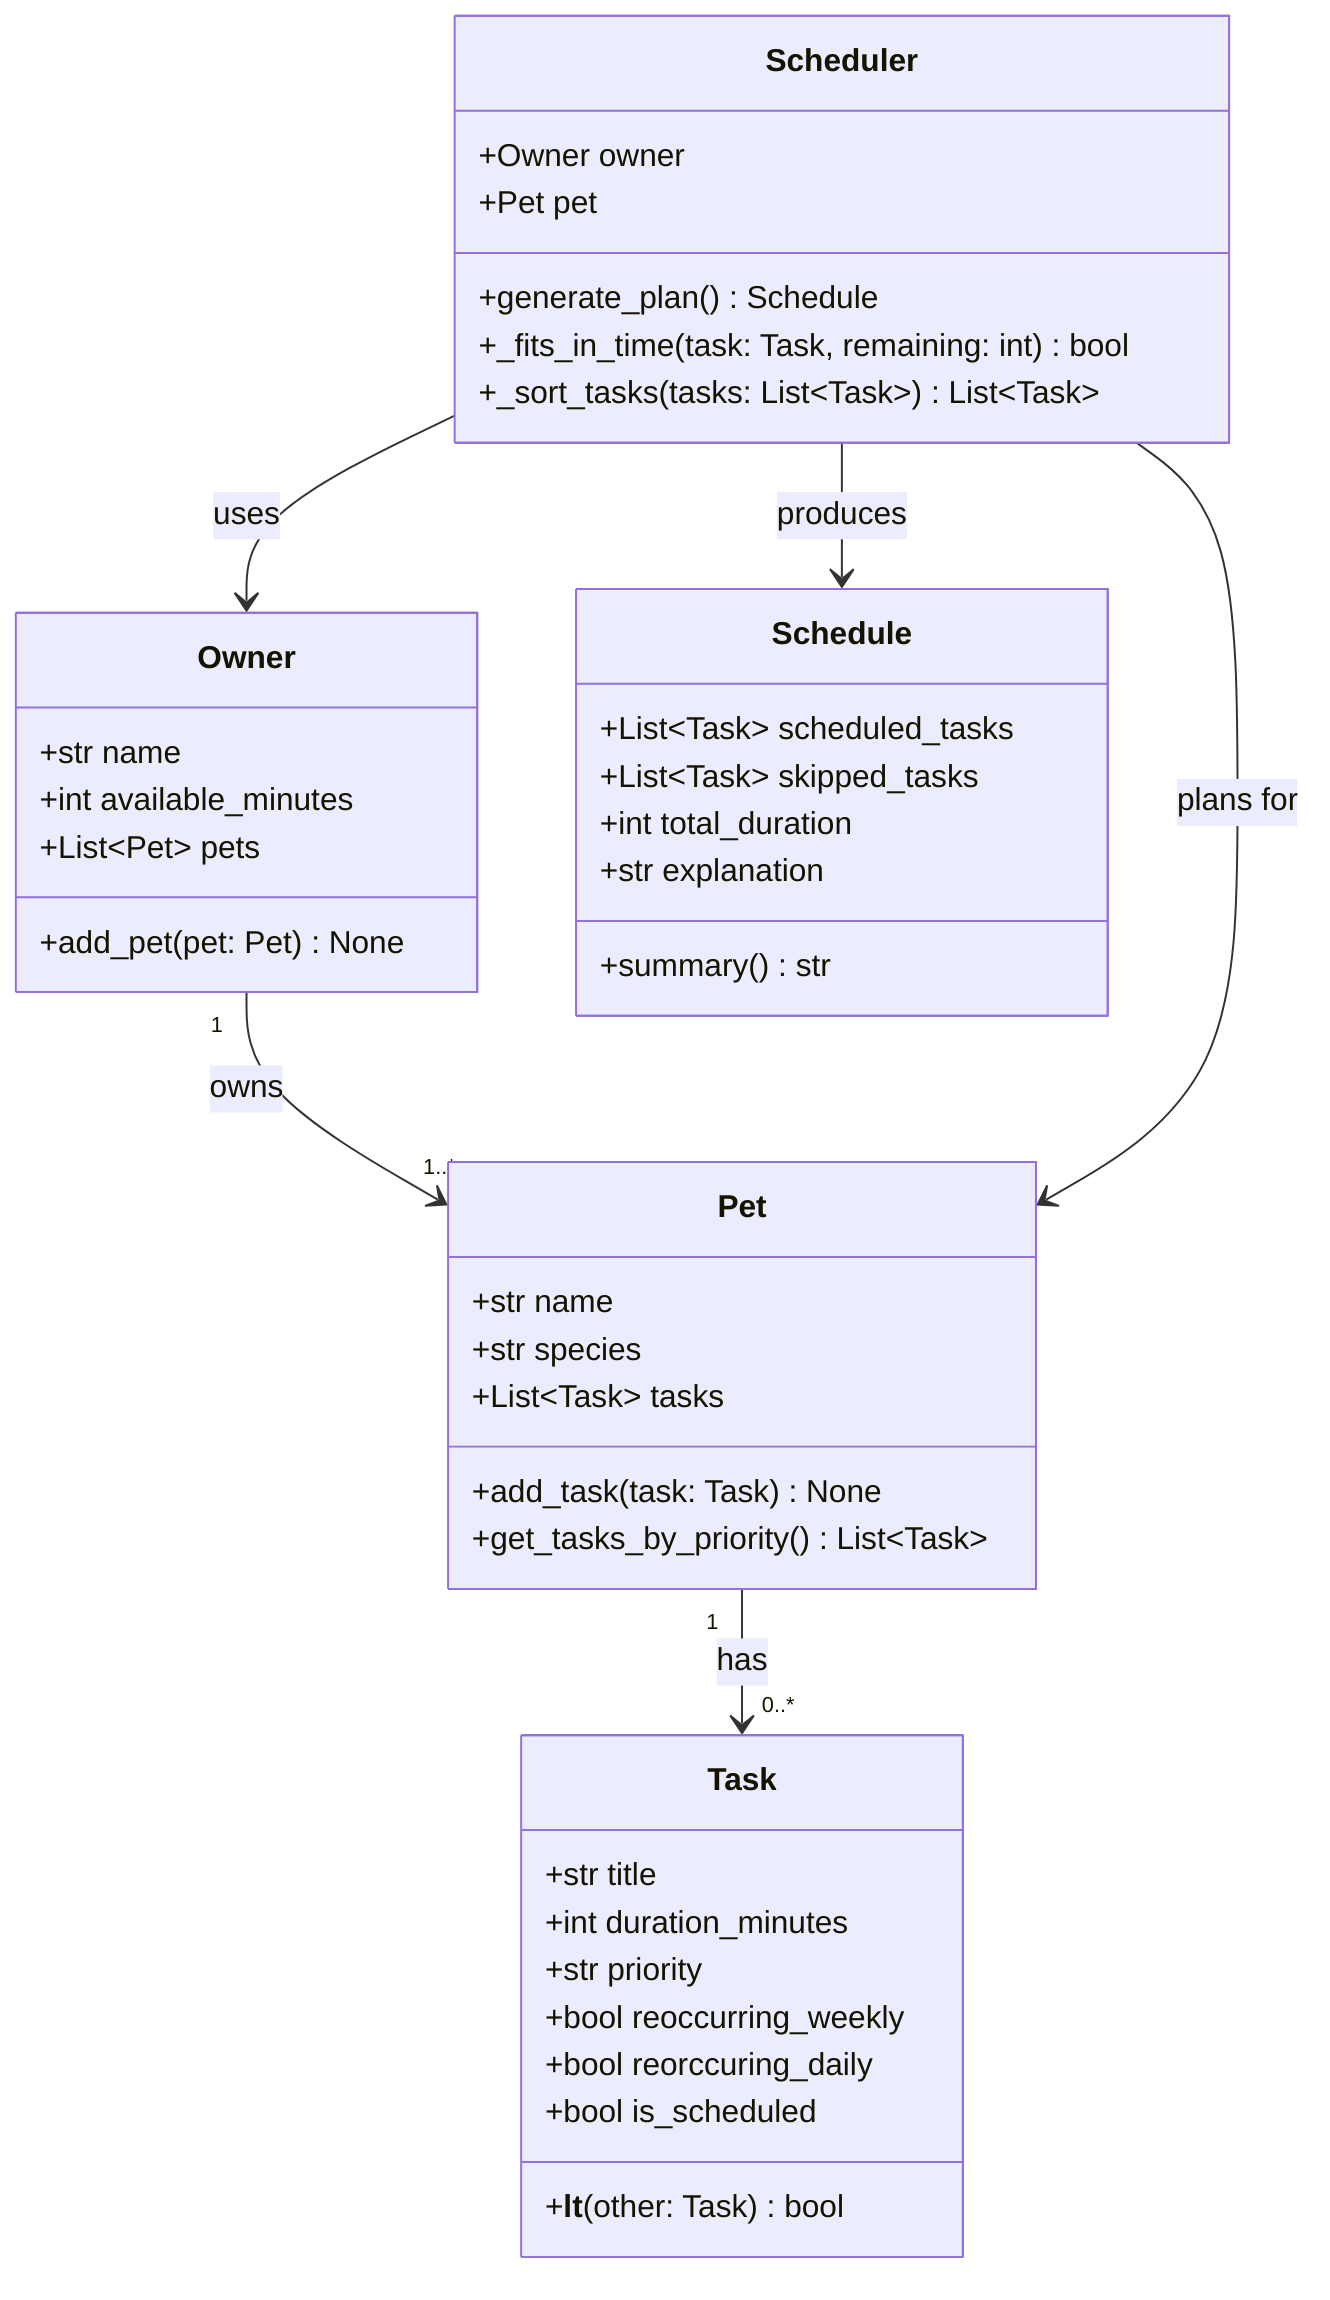
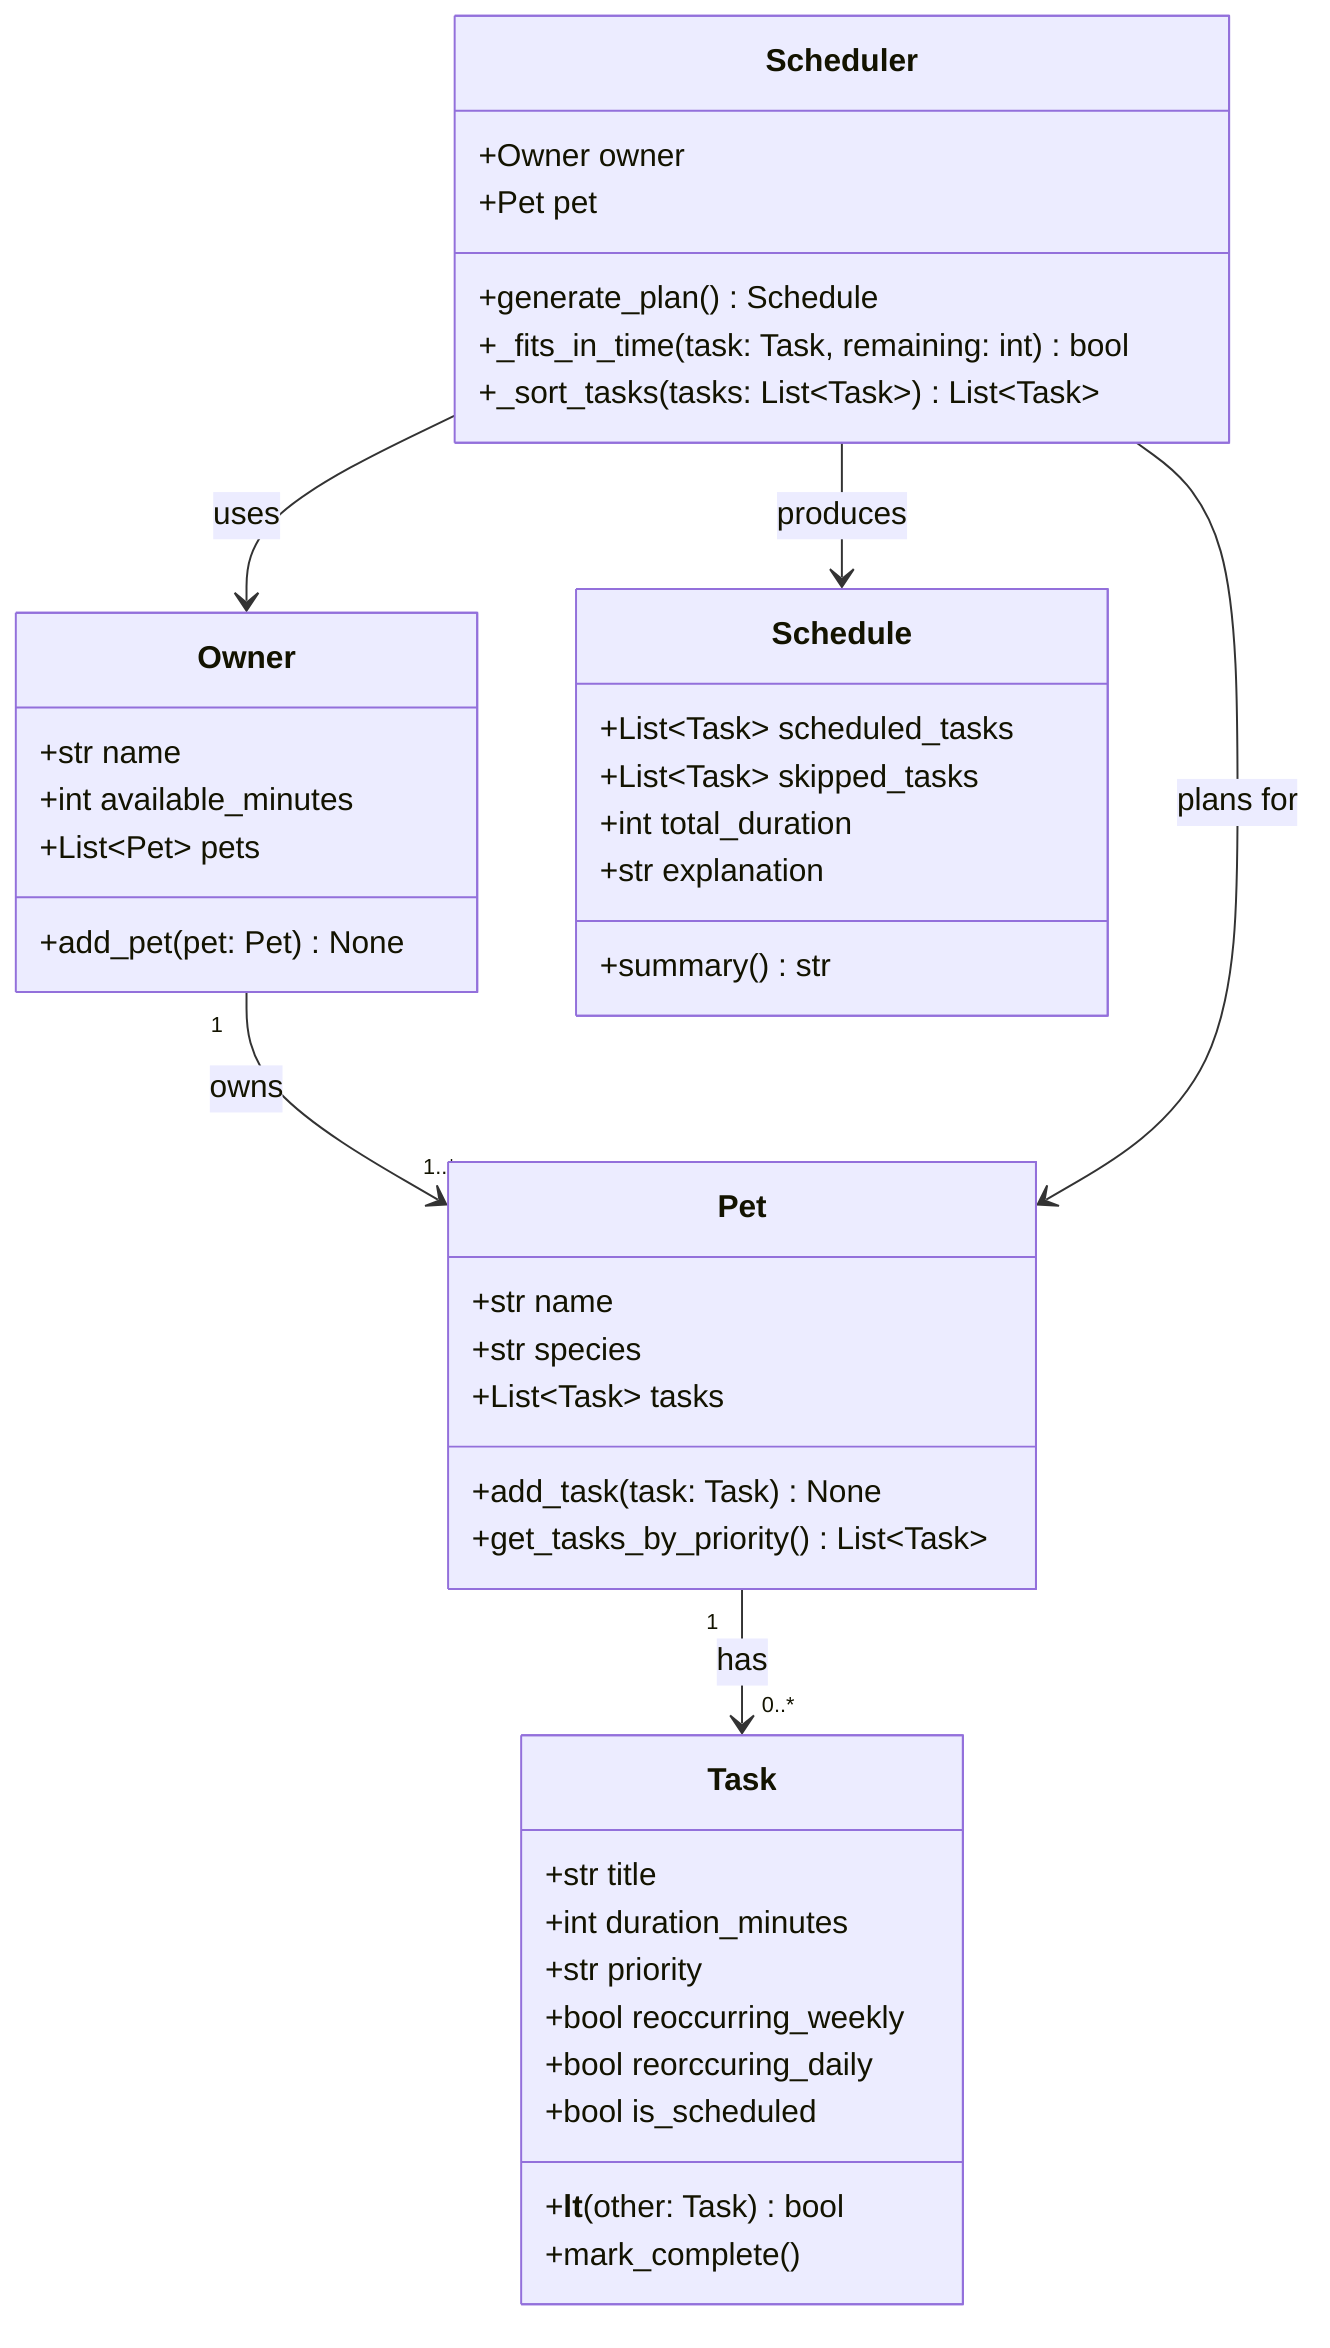
classDiagram
    class Owner {
        +str name
        +int available_minutes
        +List~Pet~ pets
        +add_pet(pet: Pet) None
    }

    class Pet {
        +str name
        +str species
        +List~Task~ tasks
        +add_task(task: Task) None
        +get_tasks_by_priority() List~Task~
    }

    class Task {
        +str title
        +int duration_minutes
        +str priority
        +bool reoccurring_weekly
        +bool reorccuring_daily
        +bool is_scheduled
        +__lt__(other: Task) bool
+         +mark_complete()
    }

    class Scheduler {
        +Owner owner
        +Pet pet
        +generate_plan() Schedule
        +_fits_in_time(task: Task, remaining: int) bool
        +_sort_tasks(tasks: List~Task~) List~Task~
    }

    class Schedule {
        +List~Task~ scheduled_tasks
        +List~Task~ skipped_tasks
        +int total_duration
        +str explanation
        +summary() str
    }

    Owner "1" --> "1..*" Pet : owns
    Pet "1" --> "0..*" Task : has
    Scheduler --> Owner : uses
    Scheduler --> Pet : plans for
    Scheduler --> Schedule : produces